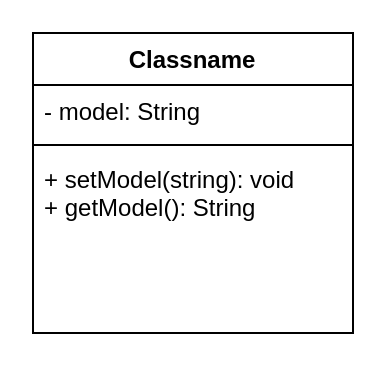
Nikita23072001/PP3 keeps this draw.io diagram as Car.drawio. Above is the earlier version. Source tidied: cells renumbered, new cells numbered last; positions are measured from the earlier drawing's top-left corner, leaving out a move shared by most shapes. Both pictures are drawn from the tidied source at 200%, with x=0, y=0 at pixel (32, 32).
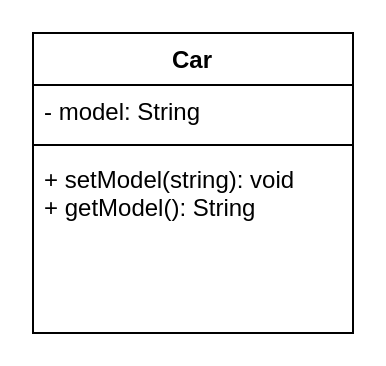
After the change.

What changed in the source:
```diff
@@
 <mxGraphModel>
   <root>
     <mxCell id="0" />
     <mxCell id="1" parent="0" />
-    <mxCell id="2" value="Classname" style="swimlane;fontStyle=1;align=center;verticalAlign=top;horizontal=1;startSize=26;" parent="1" vertex="1">
+    <mxCell id="2" value="Car" style="swimlane;fontStyle=1;align=center;verticalAlign=top;horizontal=1;startSize=26;" parent="1" vertex="1">
       <mxGeometry width="160" height="150" as="geometry" />
     </mxCell>
     <mxCell id="3" value="- model: String" style="text;strokeColor=none;fillColor=none;align=left;verticalAlign=top;spacingLeft=4;spacingRight=4;overflow=hidden;" parent="2" vertex="1">
       <mxGeometry y="26" width="160" height="26" as="geometry" />
     </mxCell>
     <mxCell id="4" style="line;strokeWidth=1;fillColor=none;align=left;verticalAlign=middle;spacingTop=-1;spacingLeft=3;spacingRight=3;labelPosition=right;" parent="2" vertex="1">
       <mxGeometry y="52" width="160" height="8" as="geometry" />
     </mxCell>
     <mxCell id="5" value="+ setModel(string): void&#10;+ getModel(): String" style="text;strokeColor=none;fillColor=none;align=left;verticalAlign=top;spacingLeft=4;spacingRight=4;overflow=hidden;" parent="2" vertex="1">
       <mxGeometry y="60" width="160" height="90" as="geometry" />
     </mxCell>
   </root>
 </mxGraphModel>
```
